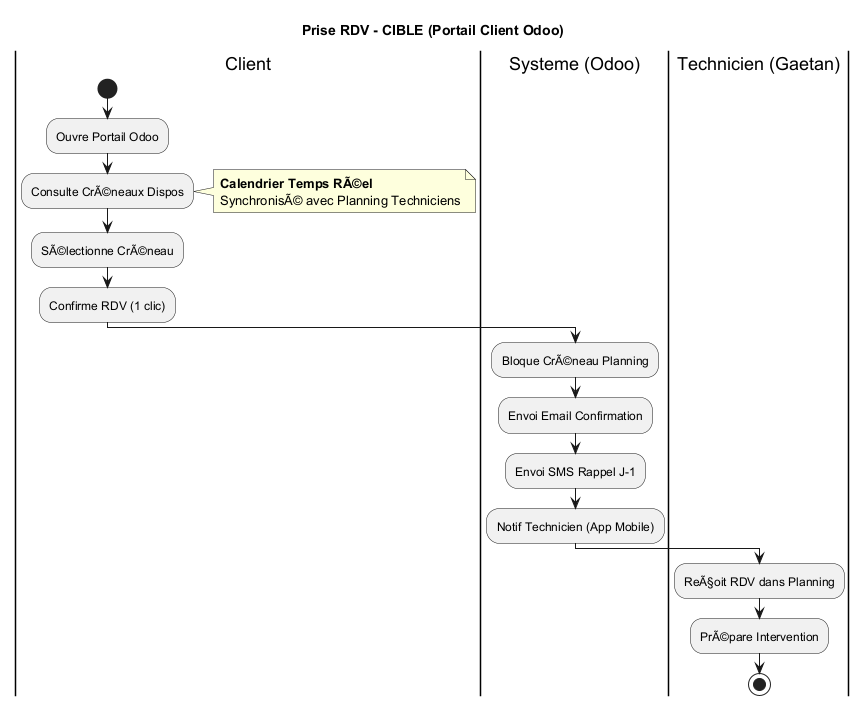
Above: Audit_Duret_$/Services/Service-Client/uml/puml/Prise_RDV_CIBLE.png in JordanSerafini/Audit_Duret (PlantUML), before the change. The source it was exported from:
```plantuml
@startuml Prise_RDV_CIBLE

title Prise RDV - CIBLE (Portail Client Odoo)

|Client|
start
:Ouvre Portail Odoo;
:Consulte CrÃ©neaux Dispos;
note right
  **Calendrier Temps RÃ©el**
  SynchronisÃ© avec Planning Techniciens
end note

:SÃ©lectionne CrÃ©neau;
:Confirme RDV (1 clic);

|Systeme (Odoo)|
:Bloque CrÃ©neau Planning;
:Envoi Email Confirmation;
:Envoi SMS Rappel J-1;
:Notif Technicien (App Mobile);

|Technicien (Gaetan)|
:ReÃ§oit RDV dans Planning;
:PrÃ©pare Intervention;
stop

@enduml
```
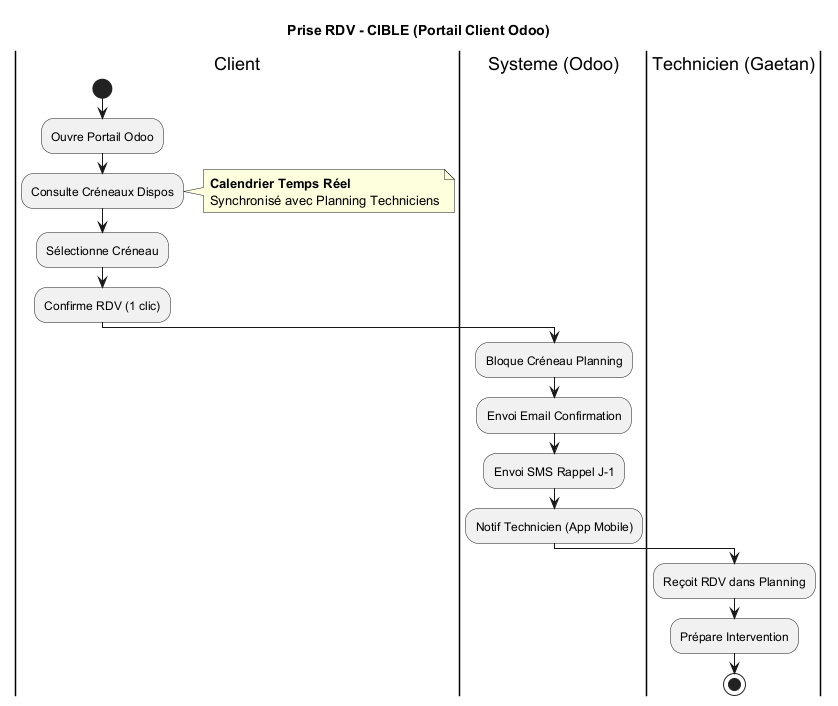
After the commit.

What changed in the source:
```diff
@@ -5,24 +5,24 @@
 |Client|
 start
 :Ouvre Portail Odoo;
-:Consulte CrÃ©neaux Dispos;
+:Consulte Créneaux Dispos;
 note right
-  **Calendrier Temps RÃ©el**
-  SynchronisÃ© avec Planning Techniciens
+  **Calendrier Temps Réel**
+  Synchronisé avec Planning Techniciens
 end note
 
-:SÃ©lectionne CrÃ©neau;
+:Sélectionne Créneau;
 :Confirme RDV (1 clic);
 
 |Systeme (Odoo)|
-:Bloque CrÃ©neau Planning;
+:Bloque Créneau Planning;
 :Envoi Email Confirmation;
 :Envoi SMS Rappel J-1;
 :Notif Technicien (App Mobile);
 
 |Technicien (Gaetan)|
-:ReÃ§oit RDV dans Planning;
-:PrÃ©pare Intervention;
+:Reçoit RDV dans Planning;
+:Prépare Intervention;
 stop
 
 @enduml
```
